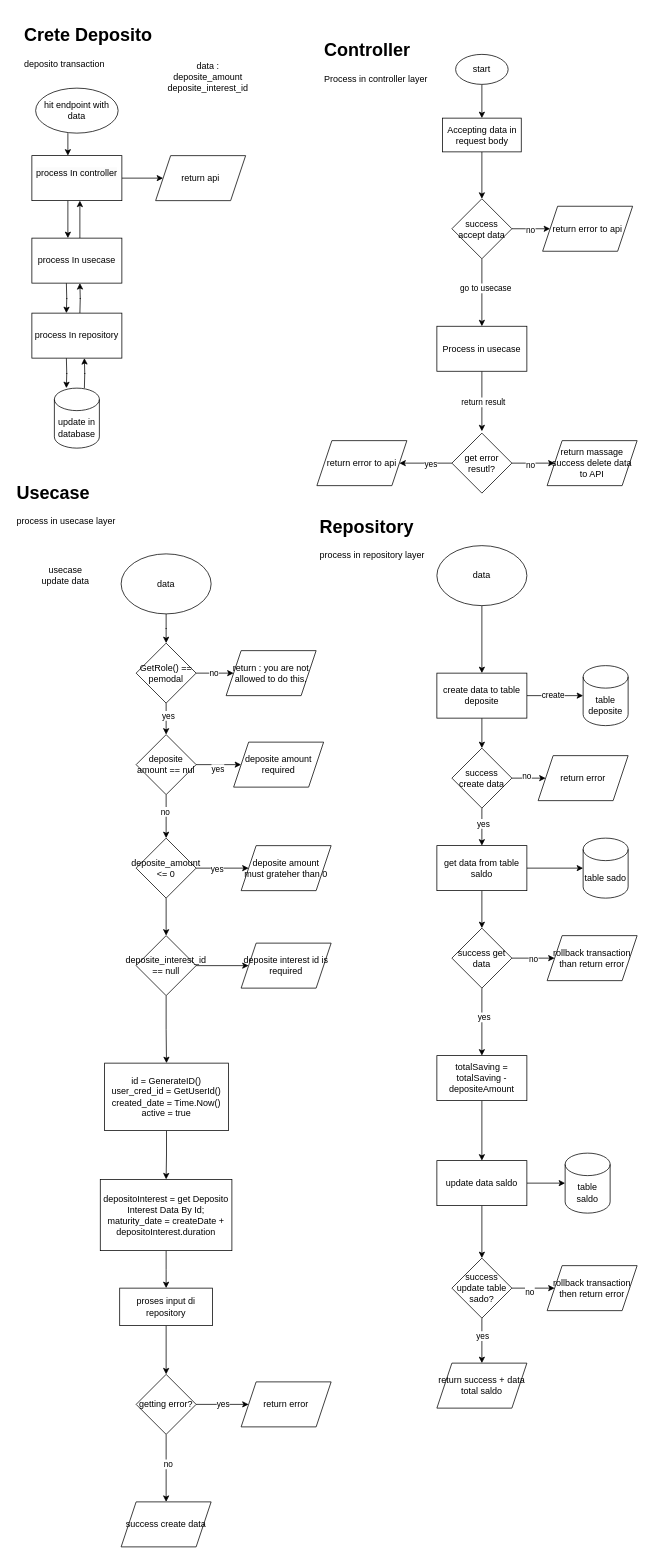
Above: page "create" (1 of 3) of deposito.drawio in MasEBTa/drawio (draw.io), before the change. Source tidied: cells renumbered, new cells numbered last; positions are measured from the earlier drawing's top-left corner, leaving out a move shared by most shapes. Both pictures are drawn from the tidied source at 75%, with x=0, y=0 at pixel (13, 20).
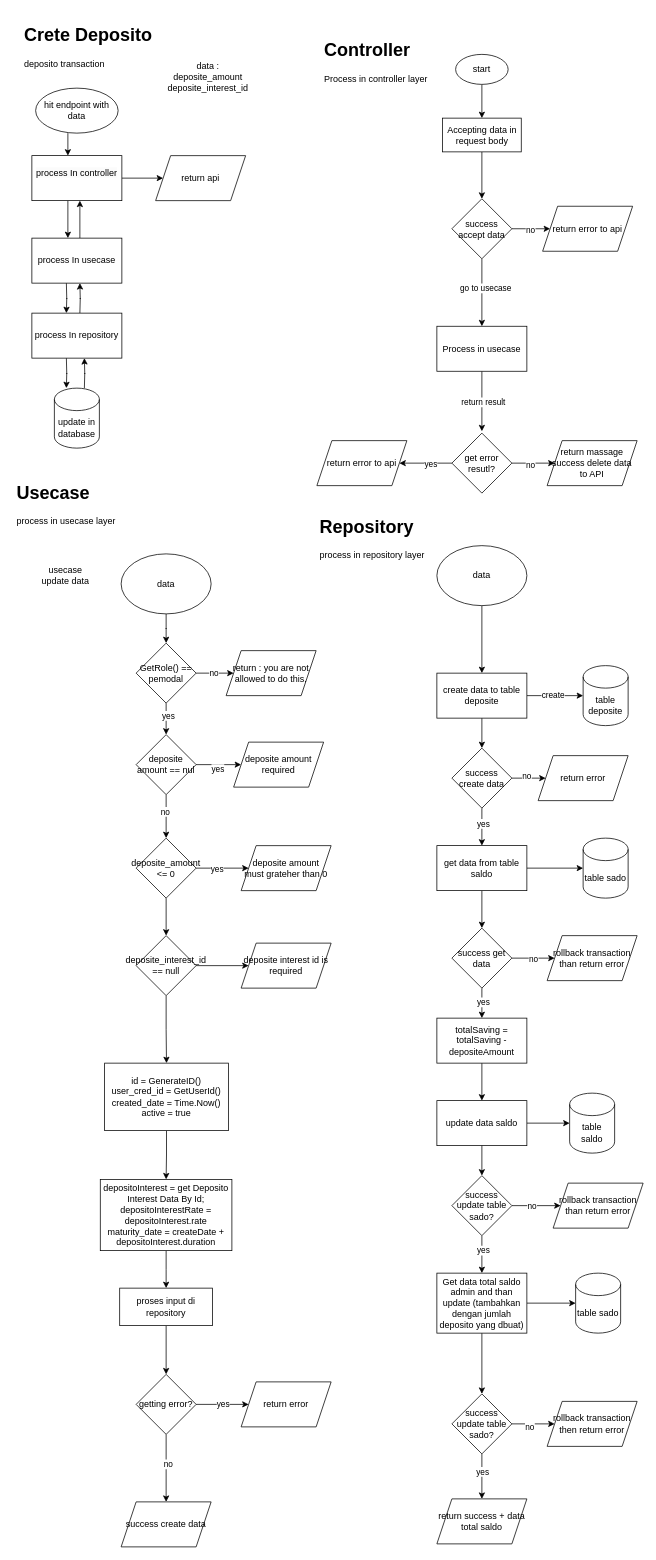
The same diagram, later.

Unchanged cells that the change refers to:
```xml
<mxCell id="98" value="success get data" style="rhombus;whiteSpace=wrap;html=1;" parent="1" vertex="1">
  <mxGeometry x="585" y="1210" width="80" height="80" as="geometry" />
</mxCell>
```

What changed in the source:
```diff
@@
-    <mxCell id="67" value="depositoInterest = get Deposito Interest Data By Id;&lt;br&gt;maturity_date = createDate + depositoInterest.duration" style="whiteSpace=wrap;html=1;" parent="1" vertex="1">
+    <mxCell id="67" value="depositoInterest = get Deposito Interest Data By Id;&lt;br&gt;depositoInterestRate = depositoInterest.rate&lt;br&gt;maturity_date = createDate + depositoInterest.duration" style="whiteSpace=wrap;html=1;" parent="1" vertex="1">
       <mxGeometry x="116.2" y="1545" width="175.5" height="95" as="geometry" />
     </mxCell>
@@
-    <mxCell id="96" style="edgeStyle=orthogonalEdgeStyle;rounded=0;jettySize=auto;html=1;" parent="1" edge="1" source="98" target="101">
+    <mxCell id="96" style="edgeStyle=orthogonalEdgeStyle;rounded=0;jettySize=auto;html=1;exitX=0.5;exitY=1;exitDx=0;exitDy=0;" parent="1" edge="1" source="98" target="101">
       <mxGeometry relative="1" as="geometry" />
     </mxCell>
-    <mxCell id="97" value="yes" style="edgeLabel;html=1;align=center;verticalAlign=middle;" parent="96" vertex="1">
-      <mxGeometry x="-0.16" y="2" relative="1" as="geometry" />
-    </mxCell>
+    <mxCell id="114" value="yes" style="edgeLabel;html=1;align=center;verticalAlign=middle;" parent="96" vertex="1">
+      <mxGeometry x="-0.1" y="1" relative="1" as="geometry" />
+    </mxCell>
@@
     <mxCell id="101" value="totalSaving = totalSaving - depositeAmount" style="whiteSpace=wrap;html=1;" parent="1" vertex="1">
-      <mxGeometry x="565" y="1380" width="120" height="60" as="geometry" />
+      <mxGeometry x="565" y="1330" width="120" height="60" as="geometry" />
     </mxCell>
@@
-    <mxCell id="103" style="edgeStyle=orthogonalEdgeStyle;rounded=0;jettySize=auto;html=1;" parent="1" edge="1" source="104" target="110">
+    <mxCell id="103" style="edgeStyle=orthogonalEdgeStyle;rounded=0;jettySize=auto;html=1;" parent="1" edge="1" source="119" target="110">
       <mxGeometry relative="1" as="geometry" />
     </mxCell>
     <mxCell id="104" value="update data saldo" style="whiteSpace=wrap;html=1;" parent="1" vertex="1">
-      <mxGeometry x="565" y="1520" width="120" height="60" as="geometry" />
+      <mxGeometry x="565" y="1440" width="120" height="60" as="geometry" />
     </mxCell>
     <mxCell id="105" value="table saldo" style="shape=cylinder3;whiteSpace=wrap;html=1;boundedLbl=1;backgroundOutline=1;size=15;" parent="1" vertex="1">
-      <mxGeometry x="736" y="1510" width="60" height="80" as="geometry" />
+      <mxGeometry x="742" y="1430" width="60" height="80" as="geometry" />
     </mxCell>
@@
     <mxCell id="110" value="success update table sado?" style="rhombus;whiteSpace=wrap;html=1;" parent="1" vertex="1">
-      <mxGeometry x="585" y="1650" width="80" height="80" as="geometry" />
+      <mxGeometry x="585" y="1831" width="80" height="80" as="geometry" />
     </mxCell>
     <mxCell id="111" value="rollback transaction then return error" style="shape=parallelogram;perimeter=parallelogramPerimeter;whiteSpace=wrap;html=1;fixedSize=1;" parent="1" vertex="1">
-      <mxGeometry x="712" y="1660" width="120" height="60" as="geometry" />
+      <mxGeometry x="712" y="1841" width="120" height="60" as="geometry" />
     </mxCell>
     <mxCell id="112" value="return success + data total saldo" style="shape=parallelogram;perimeter=parallelogramPerimeter;whiteSpace=wrap;html=1;fixedSize=1;" parent="1" vertex="1">
-      <mxGeometry x="565" y="1790" width="120" height="60" as="geometry" />
+      <mxGeometry x="565" y="1971" width="120" height="60" as="geometry" />
     </mxCell>
@@
+    <mxCell id="115" style="edgeStyle=orthogonalEdgeStyle;rounded=0;jettySize=auto;html=1;" parent="1" edge="1" source="119" target="116">
+      <mxGeometry relative="1" as="geometry" />
+    </mxCell>
+    <mxCell id="116" value="table sado" style="shape=cylinder3;whiteSpace=wrap;html=1;boundedLbl=1;backgroundOutline=1;size=15;" parent="1" vertex="1">
+      <mxGeometry x="750" y="1670" width="60" height="80" as="geometry" />
+    </mxCell>
+    <mxCell id="117" style="edgeStyle=orthogonalEdgeStyle;rounded=0;jettySize=auto;html=1;" parent="1" edge="1" source="123" target="119">
+      <mxGeometry relative="1" as="geometry" />
+    </mxCell>
+    <mxCell id="118" value="yes" style="edgeLabel;html=1;align=center;verticalAlign=middle;" parent="117" vertex="1">
+      <mxGeometry x="-0.24" y="1" relative="1" as="geometry" />
+    </mxCell>
+    <mxCell id="119" value="Get data total saldo admin and than update (tambahkan dengan jumlah deposito yang dbuat)" style="rounded=0;whiteSpace=wrap;html=1;" parent="1" vertex="1">
+      <mxGeometry x="565" y="1670" width="120" height="80" as="geometry" />
+    </mxCell>
+    <mxCell id="120" style="edgeStyle=orthogonalEdgeStyle;rounded=0;jettySize=auto;html=1;" parent="1" edge="1" source="104" target="123">
+      <mxGeometry relative="1" as="geometry" />
+    </mxCell>
+    <mxCell id="121" style="edgeStyle=orthogonalEdgeStyle;rounded=0;jettySize=auto;html=1;" parent="1" edge="1" source="123" target="124">
+      <mxGeometry relative="1" as="geometry" />
+    </mxCell>
+    <mxCell id="122" value="no" style="edgeLabel;html=1;align=center;verticalAlign=middle;" parent="121" vertex="1">
+      <mxGeometry x="-0.2" relative="1" as="geometry" />
+    </mxCell>
+    <mxCell id="123" value="success update table sado?" style="rhombus;whiteSpace=wrap;html=1;" parent="1" vertex="1">
+      <mxGeometry x="585" y="1540" width="80" height="80" as="geometry" />
+    </mxCell>
+    <mxCell id="124" value="rollback transaction than return error" style="shape=parallelogram;perimeter=parallelogramPerimeter;whiteSpace=wrap;html=1;fixedSize=1;" parent="1" vertex="1">
+      <mxGeometry x="720" y="1550" width="120" height="60" as="geometry" />
+    </mxCell>
```
